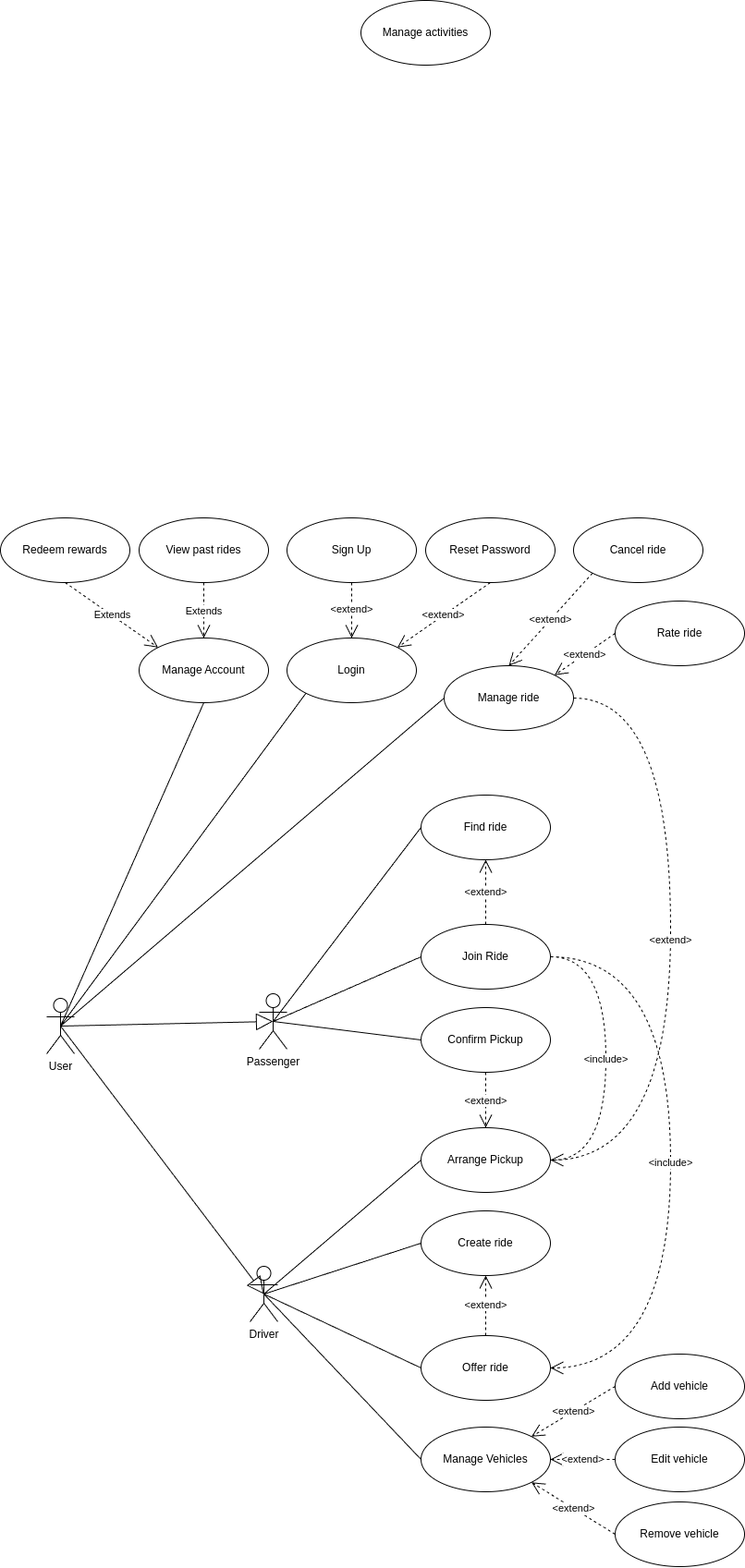
YannisRavasopoulos/ProjectSD_S6 keeps this draw.io diagram as reports/use-cases.drawio.png. Above is the earlier version. Source tidied: cells renumbered, new cells last; positions are measured from the earlier drawing's top-left corner, leaving out a move shared by most shapes.
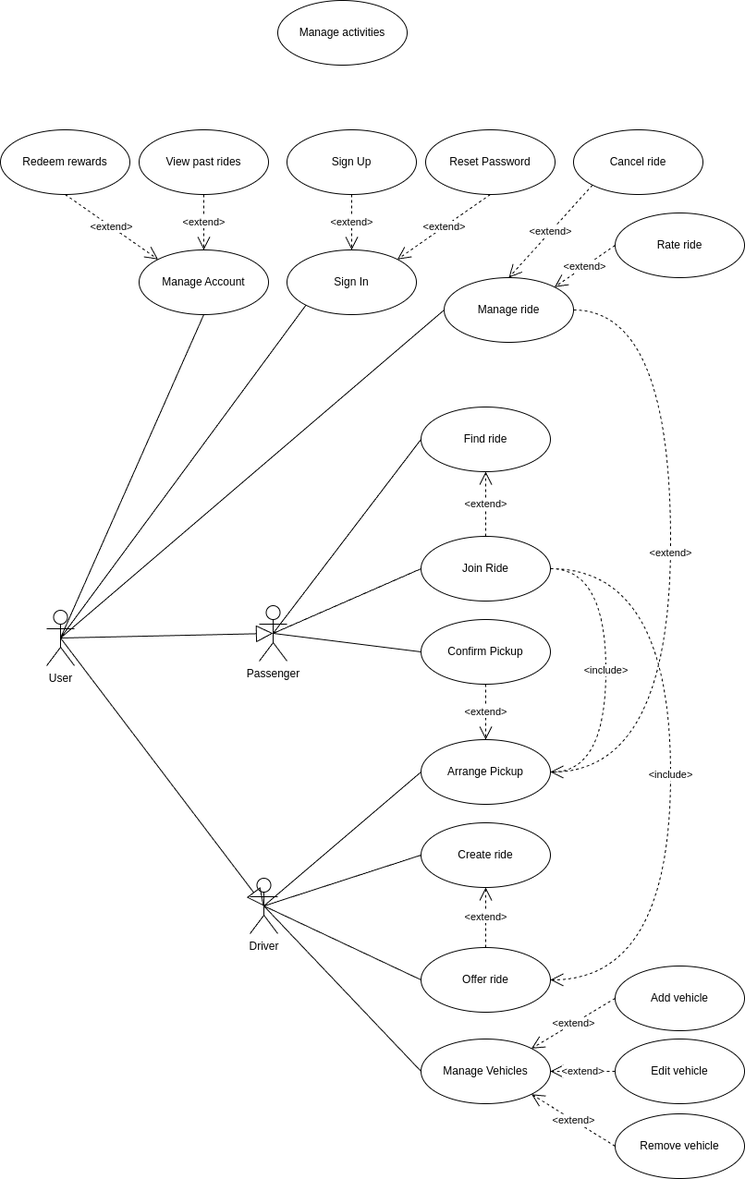
Later version of the same file.

What changed in the source:
```diff
@@ -5,7 +5,7 @@
     <mxCell id="2" value="Passenger" style="shape=umlActor;verticalLabelPosition=bottom;verticalAlign=top;html=1;outlineConnect=0;" parent="1" vertex="1">
       <mxGeometry x="280" y="1075" width="30" height="60" as="geometry" />
     </mxCell>
-    <mxCell id="3" value="Login" style="ellipse;whiteSpace=wrap;html=1;" parent="1" vertex="1">
+    <mxCell id="3" value="Sign In" style="ellipse;whiteSpace=wrap;html=1;" parent="1" vertex="1">
       <mxGeometry x="310" y="690" width="140" height="70" as="geometry" />
     </mxCell>
     <mxCell id="4" value="Manage Account" style="ellipse;whiteSpace=wrap;html=1;" parent="1" vertex="1">
@@ -33,7 +33,7 @@
       <mxGeometry x="455" y="1445" width="140" height="70" as="geometry" />
     </mxCell>
     <mxCell id="12" value="Manage activities" style="ellipse;whiteSpace=wrap;html=1;" parent="1" vertex="1">
-      <mxGeometry x="390" width="140" height="70" as="geometry" />
+      <mxGeometry x="300" y="420" width="140" height="70" as="geometry" />
     </mxCell>
     <mxCell id="13" value="Driver" style="shape=umlActor;verticalLabelPosition=bottom;verticalAlign=top;html=1;outlineConnect=0;" parent="1" vertex="1">
       <mxGeometry x="270" y="1370" width="30" height="60" as="geometry" />
@@ -53,7 +53,7 @@
     <mxCell id="18" value="Cancel ride" style="ellipse;whiteSpace=wrap;html=1;" parent="1" vertex="1">
       <mxGeometry x="620" y="560" width="140" height="70" as="geometry" />
     </mxCell>
-    <mxCell id="19" value="Extends" style="endArrow=open;endSize=12;dashed=1;html=1;exitX=0.5;exitY=1;exitDx=0;exitDy=0;entryX=0.5;entryY=0;entryDx=0;entryDy=0;" parent="1" edge="1" source="6" target="4">
+    <mxCell id="19" value="&amp;lt;extend&amp;gt;" style="endArrow=open;endSize=12;dashed=1;html=1;exitX=0.5;exitY=1;exitDx=0;exitDy=0;entryX=0.5;entryY=0;entryDx=0;entryDy=0;" parent="1" edge="1" source="6" target="4">
       <mxGeometry relative="1" as="geometry" />
     </mxCell>
     <mxCell id="20" value="&amp;lt;extend&amp;gt;" style="endArrow=open;endSize=12;dashed=1;html=1;exitX=0;exitY=0.5;exitDx=0;exitDy=0;entryX=1;entryY=0;entryDx=0;entryDy=0;" parent="1" edge="1" source="5" target="8">
@@ -98,7 +98,7 @@
     <mxCell id="33" value="&amp;lt;extend&amp;gt;" style="endArrow=open;endSize=12;dashed=1;html=1;exitX=0.5;exitY=0;exitDx=0;exitDy=0;entryX=0.5;entryY=1;entryDx=0;entryDy=0;" parent="1" edge="1" source="11" target="9">
       <mxGeometry relative="1" as="geometry" />
     </mxCell>
-    <mxCell id="34" value="Extends" style="endArrow=open;endSize=12;dashed=1;html=1;exitX=0.5;exitY=1;exitDx=0;exitDy=0;entryX=0;entryY=0;entryDx=0;entryDy=0;" parent="1" edge="1" source="10" target="4">
+    <mxCell id="34" value="&amp;lt;extend&amp;gt;" style="endArrow=open;endSize=12;dashed=1;html=1;exitX=0.5;exitY=1;exitDx=0;exitDy=0;entryX=0;entryY=0;entryDx=0;entryDy=0;" parent="1" edge="1" source="10" target="4">
       <mxGeometry relative="1" as="geometry" />
     </mxCell>
     <mxCell id="35" value="Join Ride" style="ellipse;whiteSpace=wrap;html=1;" parent="1" vertex="1">
```
